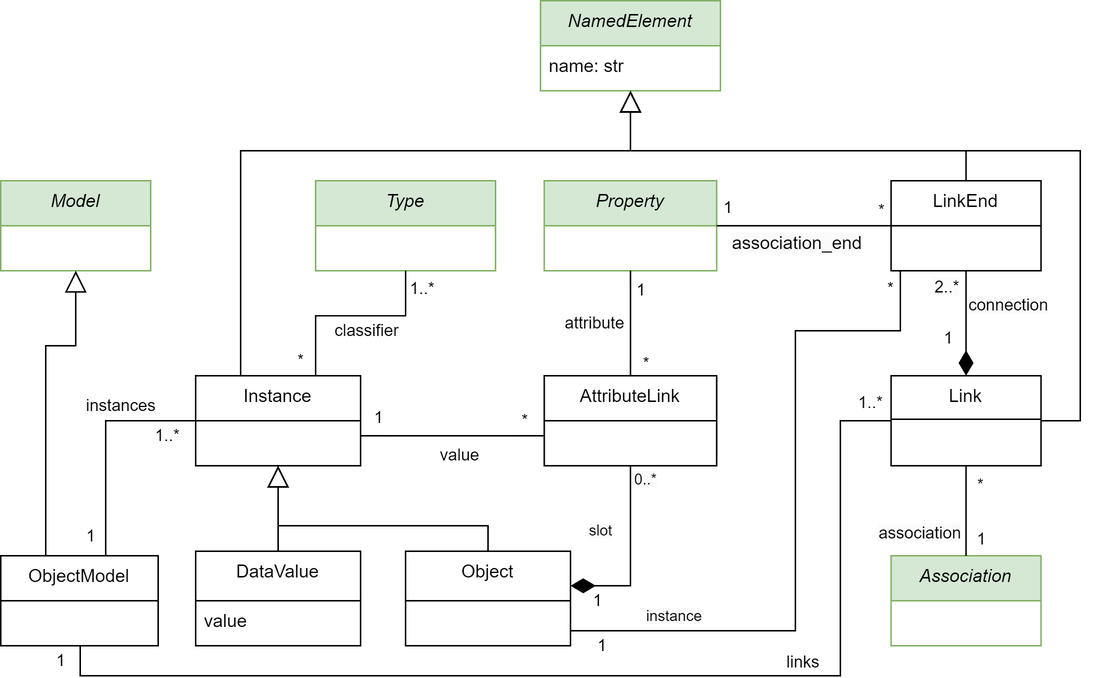
BESSER-PEARL/BESSER keeps this draw.io diagram as docs/source/img/object_mm.png. Above is the earlier version. Source tidied: cells renumbered, new cells last; positions are measured from the earlier drawing's top-left corner, leaving out a move shared by most shapes.
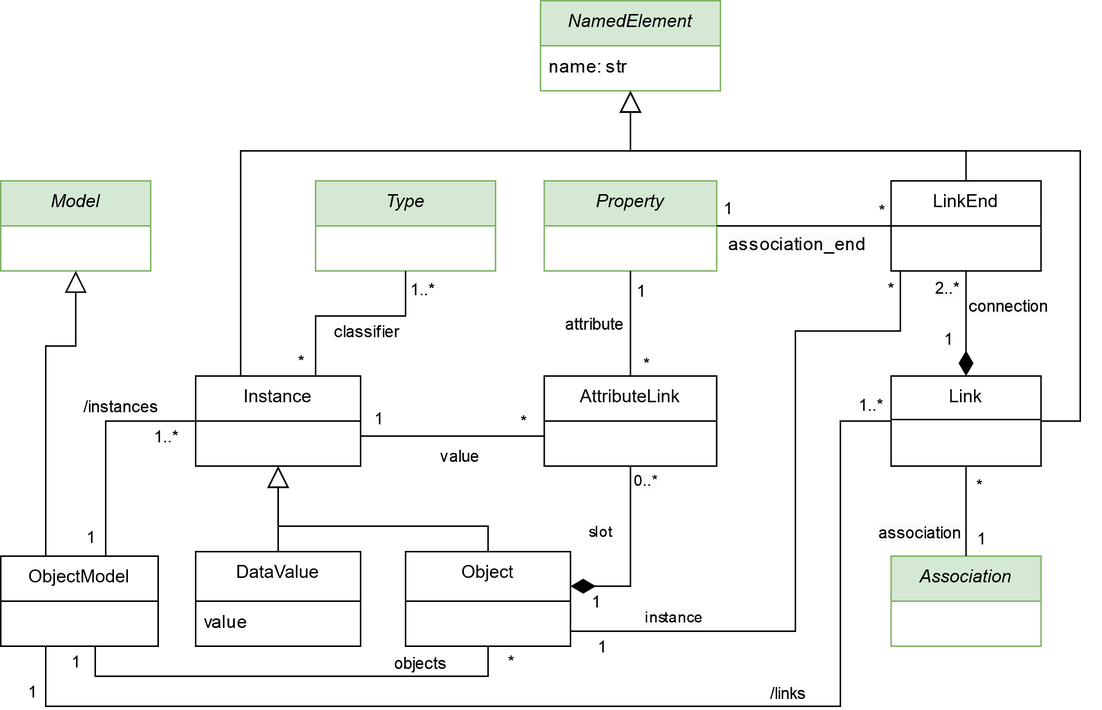
After the commit.

Diff of the diagram source:
```diff
@@ -293,7 +293,7 @@
         <mxPoint x="-1" y="11" as="offset" />
       </mxGeometry>
     </mxCell>
-    <mxCell id="57" value="instances" style="edgeLabel;html=1;align=center;verticalAlign=middle;" parent="54" vertex="1">
+    <mxCell id="57" value="/instances" style="edgeLabel;html=1;align=center;verticalAlign=middle;" parent="54" vertex="1">
       <mxGeometry x="-0.08" y="1" relative="1" as="geometry">
         <mxPoint x="9" y="-19" as="offset" />
       </mxGeometry>
@@ -302,25 +302,48 @@
       <mxGeometry relative="1" as="geometry">
         <Array as="points">
           <mxPoint x="560" y="280" />
-          <mxPoint x="560" y="450" />
-          <mxPoint x="53" y="450" />
+          <mxPoint x="560" y="470" />
+          <mxPoint x="30" y="470" />
         </Array>
       </mxGeometry>
     </mxCell>
     <mxCell id="59" value="1" style="edgeLabel;html=1;align=center;verticalAlign=middle;" parent="58" vertex="1">
       <mxGeometry x="0.68" y="-1" relative="1" as="geometry">
-        <mxPoint x="-109" y="-9" as="offset" />
+        <mxPoint x="-95" y="-9" as="offset" />
       </mxGeometry>
     </mxCell>
     <mxCell id="60" value="1..*" style="edgeLabel;html=1;align=center;verticalAlign=middle;" parent="58" vertex="1">
       <mxGeometry x="-0.75" y="-1" relative="1" as="geometry">
-        <mxPoint x="21" y="-71" as="offset" />
+        <mxPoint x="21" y="-77" as="offset" />
       </mxGeometry>
     </mxCell>
-    <mxCell id="61" value="links" style="edgeLabel;html=1;align=center;verticalAlign=middle;" parent="58" vertex="1">
+    <mxCell id="61" value="/links" style="edgeLabel;html=1;align=center;verticalAlign=middle;" parent="58" vertex="1">
       <mxGeometry x="-0.08" y="1" relative="1" as="geometry">
         <mxPoint x="107" y="-10" as="offset" />
       </mxGeometry>
     </mxCell>
+    <mxCell id="62" style="edgeStyle=orthogonalEdgeStyle;rounded=0;jettySize=auto;html=1;endArrow=none;endFill=0;" parent="1" edge="1" source="7" target="52">
+      <mxGeometry relative="1" as="geometry">
+        <Array as="points">
+          <mxPoint x="325" y="450" />
+          <mxPoint x="63" y="450" />
+        </Array>
+      </mxGeometry>
+    </mxCell>
+    <mxCell id="63" value="1" style="edgeLabel;html=1;align=center;verticalAlign=middle;" parent="62" vertex="1">
+      <mxGeometry x="0.68" y="-1" relative="1" as="geometry">
+        <mxPoint x="-41" y="-9" as="offset" />
+      </mxGeometry>
+    </mxCell>
+    <mxCell id="64" value="*" style="edgeLabel;html=1;align=center;verticalAlign=middle;" parent="62" vertex="1">
+      <mxGeometry x="-0.75" y="-1" relative="1" as="geometry">
+        <mxPoint x="33" y="-9" as="offset" />
+      </mxGeometry>
+    </mxCell>
+    <mxCell id="65" value="objects" style="edgeLabel;html=1;align=center;verticalAlign=middle;" parent="62" vertex="1">
+      <mxGeometry x="-0.08" y="1" relative="1" as="geometry">
+        <mxPoint x="74" y="-10" as="offset" />
+      </mxGeometry>
+    </mxCell>
   </root>
 </mxGraphModel>
```
